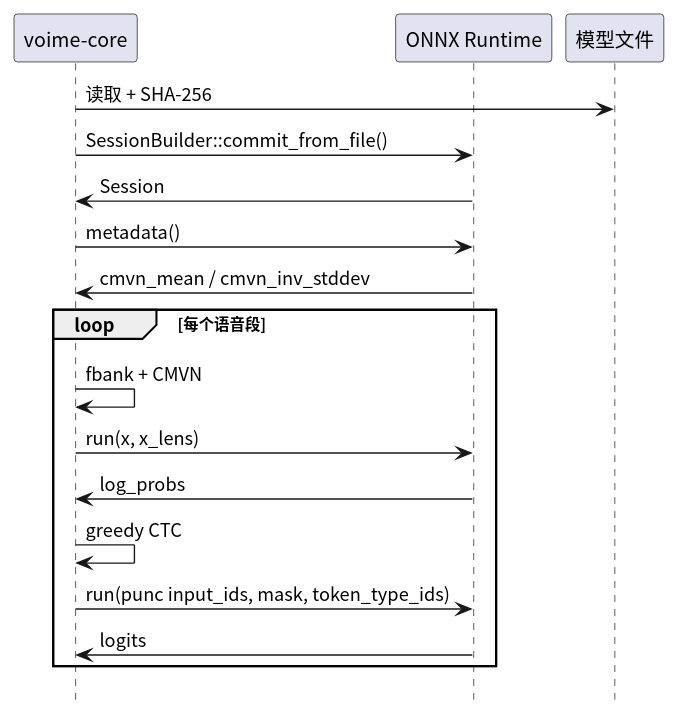
54m43lJ/voime keeps this PlantUML diagram as crates/voime-core/diagram/inference-boundary.svg. Above is the earlier version.
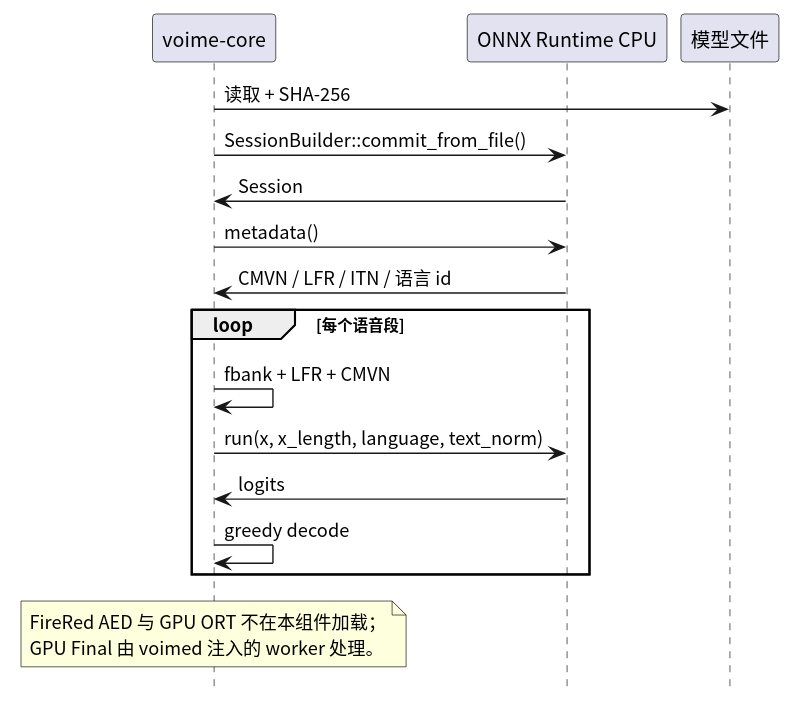
The same file after the commit.

The edit, as a diff of the source:
```diff
@@ -4,21 +4,24 @@
 hide footbox
 
 participant "voime-core" as Core
-participant "ONNX Runtime" as Ort
+participant "ONNX Runtime CPU" as Ort
 participant "模型文件" as Model
 
 Core -> Model : 读取 + SHA-256
 Core -> Ort : SessionBuilder::commit_from_file()
 Ort -> Core : Session
 Core -> Ort : metadata()
-Ort -> Core : cmvn_mean / cmvn_inv_stddev
+Ort -> Core : CMVN / LFR / ITN / 语言 id
 
 loop 每个语音段
-  Core -> Core : fbank + CMVN
-  Core -> Ort : run(x, x_lens)
-  Ort -> Core : log_probs
-  Core -> Core : greedy CTC
-  Core -> Ort : run(punc input_ids, mask, token_type_ids)
+  Core -> Core : fbank + LFR + CMVN
+  Core -> Ort : run(x, x_length, language, text_norm)
   Ort -> Core : logits
+  Core -> Core : greedy decode
 end
+
+note over Core
+  FireRed AED 与 GPU ORT 不在本组件加载；
+  GPU Final 由 voimed 注入的 worker 处理。
+end note
 @enduml
```
